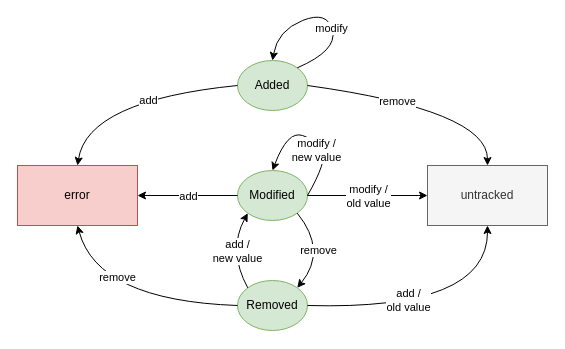
Above: doc/images/elektra-record/recording-key-states.drawio in ElektraInitiative/libelektra (draw.io), before the change. Source tidied: cells renumbered, new cells numbered last; positions are measured from the earlier drawing's top-left corner, leaving out a move shared by most shapes. Both pictures are drawn from the tidied source at 100%, with x=0, y=0 at pixel (17, 10).
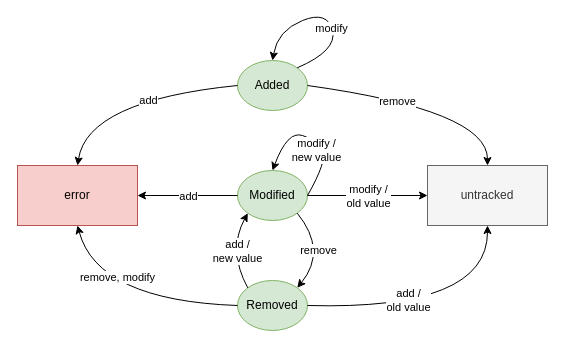
The same page after the edit.

Commit message (it also covers changes not shown here):
doc: update recording documentation to reflect current state of implementation

Unchanged cells that the change refers to:
```xml
<mxCell id="23" style="endArrow=classic;html=1;exitX=0;exitY=0.5;exitDx=0;exitDy=0;entryX=0.5;entryY=1;entryDx=0;entryDy=0;curved=1;" parent="1" edge="1" source="4" target="6">
  <mxGeometry relative="1" as="geometry">
    <Array as="points">
      <mxPoint x="80" y="290" />
    </Array>
  </mxGeometry>
</mxCell>
```

Diff of the diagram source:
```diff
@@
-    <mxCell id="24" value="remove" style="edgeLabel;html=1;align=center;verticalAlign=middle;" parent="23" vertex="1">
+    <mxCell id="24" value="&lt;div&gt;remove, modify&lt;/div&gt;" style="edgeLabel;html=1;align=center;verticalAlign=middle;" parent="23" vertex="1">
       <mxGeometry relative="1" as="geometry">
         <mxPoint x="-12" y="-25" as="offset" />
       </mxGeometry>
     </mxCell>
```
